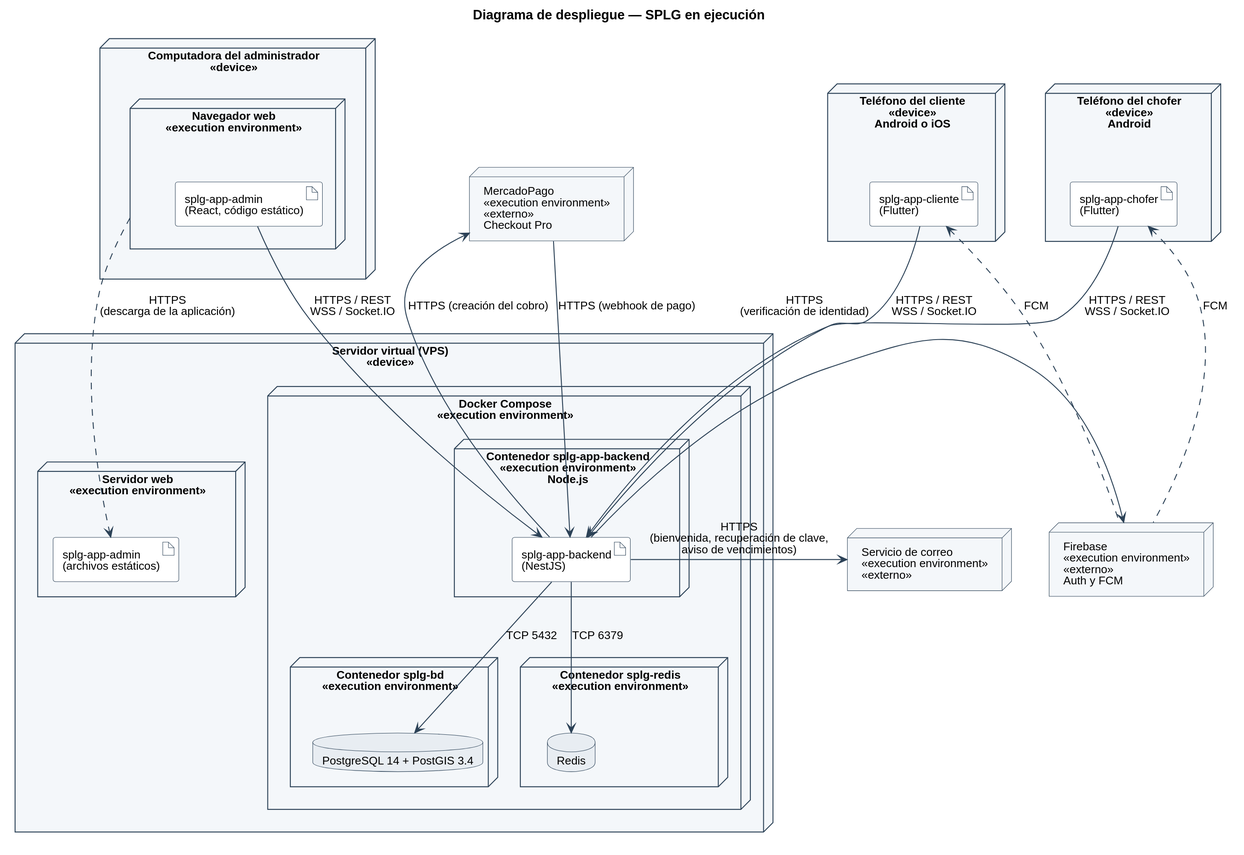
This is diagramas/uml/UML_Despliegue.svg from Nahuelito-Dev/splg-docs, a PlantUML export, as it was before one commit.
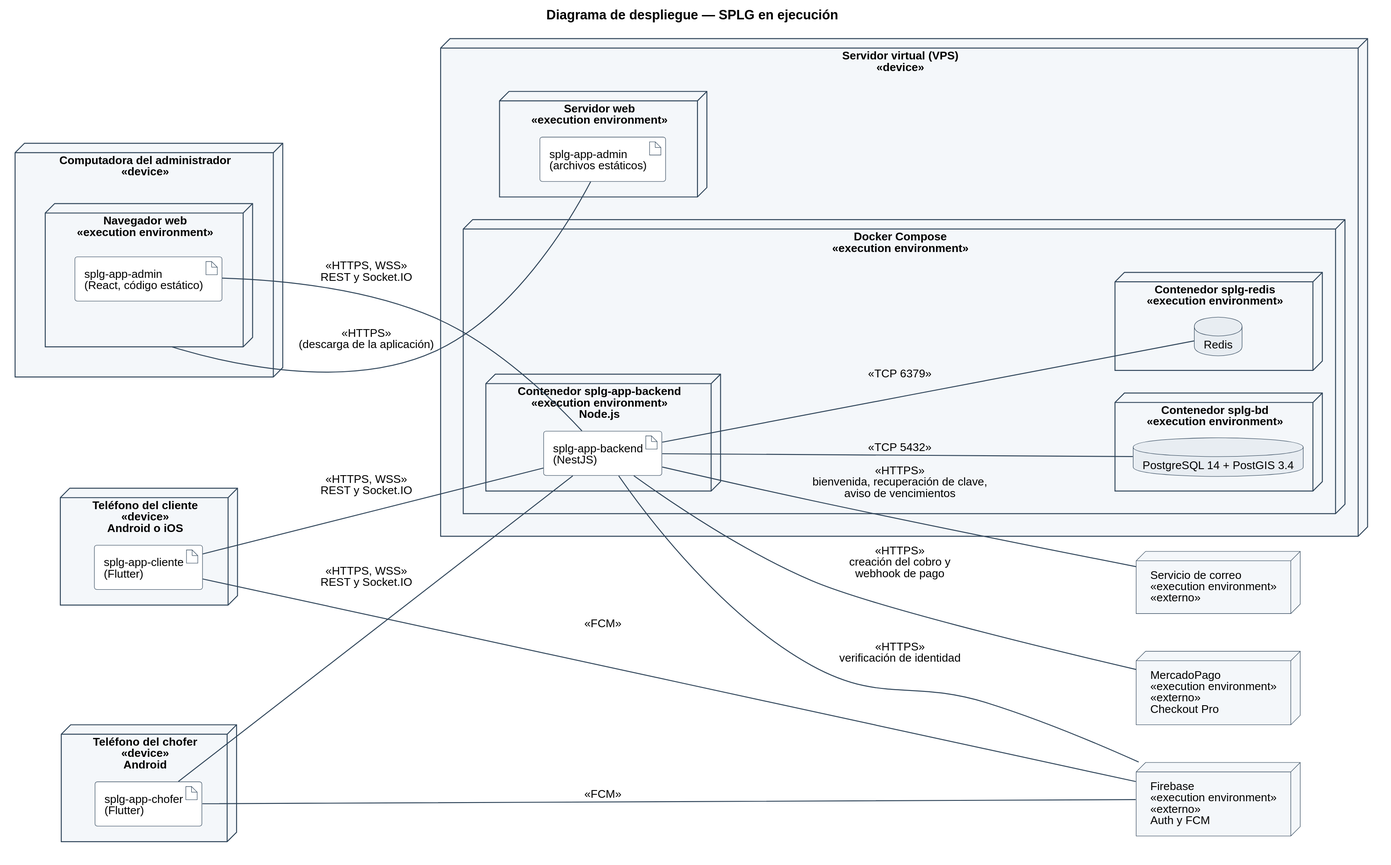
The same diagram one commit later.

What changed in the source:
```diff
@@ -23,8 +23,9 @@
   BorderColor #8E5566
   BackgroundColor #F7ECEF
 }
+left to right direction
 skinparam nodesep 40
-skinparam ranksep 70
+skinparam ranksep 110
 
 node "Teléfono del cliente\n<<device>>\nAndroid o iOS" as DC {
   artifact "splg-app-cliente\n(Flutter)" as AC
@@ -55,22 +56,23 @@
   }
 }
 
+node "Servicio de correo\n<<execution environment>>\n<<externo>>" as ML
+node "MercadoPago\n<<execution environment>>\n<<externo>>\nCheckout Pro" as MP
 node "Firebase\n<<execution environment>>\n<<externo>>\nAuth y FCM" as FB
-node "MercadoPago\n<<execution environment>>\n<<externo>>\nCheckout Pro" as MP
-node "Servicio de correo\n<<execution environment>>\n<<externo>>" as ML
 
-AC -down-> BACK : HTTPS / REST\nWSS / Socket.IO
-AD -down-> BACK : HTTPS / REST\nWSS / Socket.IO
-PANEL -down-> BACK : HTTPS / REST\nWSS / Socket.IO
-NAV .down.> PANELDIST : HTTPS\n(descarga de la aplicación)
+AC -down- BACK : <<HTTPS, WSS>>\nREST y Socket.IO
+AD -down- BACK : <<HTTPS, WSS>>\nREST y Socket.IO
+PANEL -down- BACK : <<HTTPS, WSS>>\nREST y Socket.IO
+NAV -down- PANELDIST : <<HTTPS>>\n(descarga de la aplicación)
 
-BACK -down-> PG : TCP 5432
-BACK -down-> RD : TCP 6379
+BACK -down- PG : <<TCP 5432>>
+BACK -down- RD : <<TCP 6379>>
 
-BACK -right-> FB : HTTPS\n(verificación de identidad)
-BACK -right-> MP : HTTPS (creación del cobro)
-MP -down-> BACK : HTTPS (webhook de pago)
-BACK -right-> ML : HTTPS\n(bienvenida, recuperación de clave,\naviso de vencimientos)
-FB .up.> AC : FCM
-FB .up.> AD : FCM
+BACK -down- ML : <<HTTPS>>\nbienvenida, recuperación de clave,\naviso de vencimientos
+BACK -down- MP : <<HTTPS>>\ncreación del cobro y\nwebhook de pago
+BACK -down- FB : <<HTTPS>>\nverificación de identidad
+FB -up- AC : <<FCM>>
+FB -up- AD : <<FCM>>
+ML -[hidden]right- MP
+MP -[hidden]right- FB
 @enduml
```
